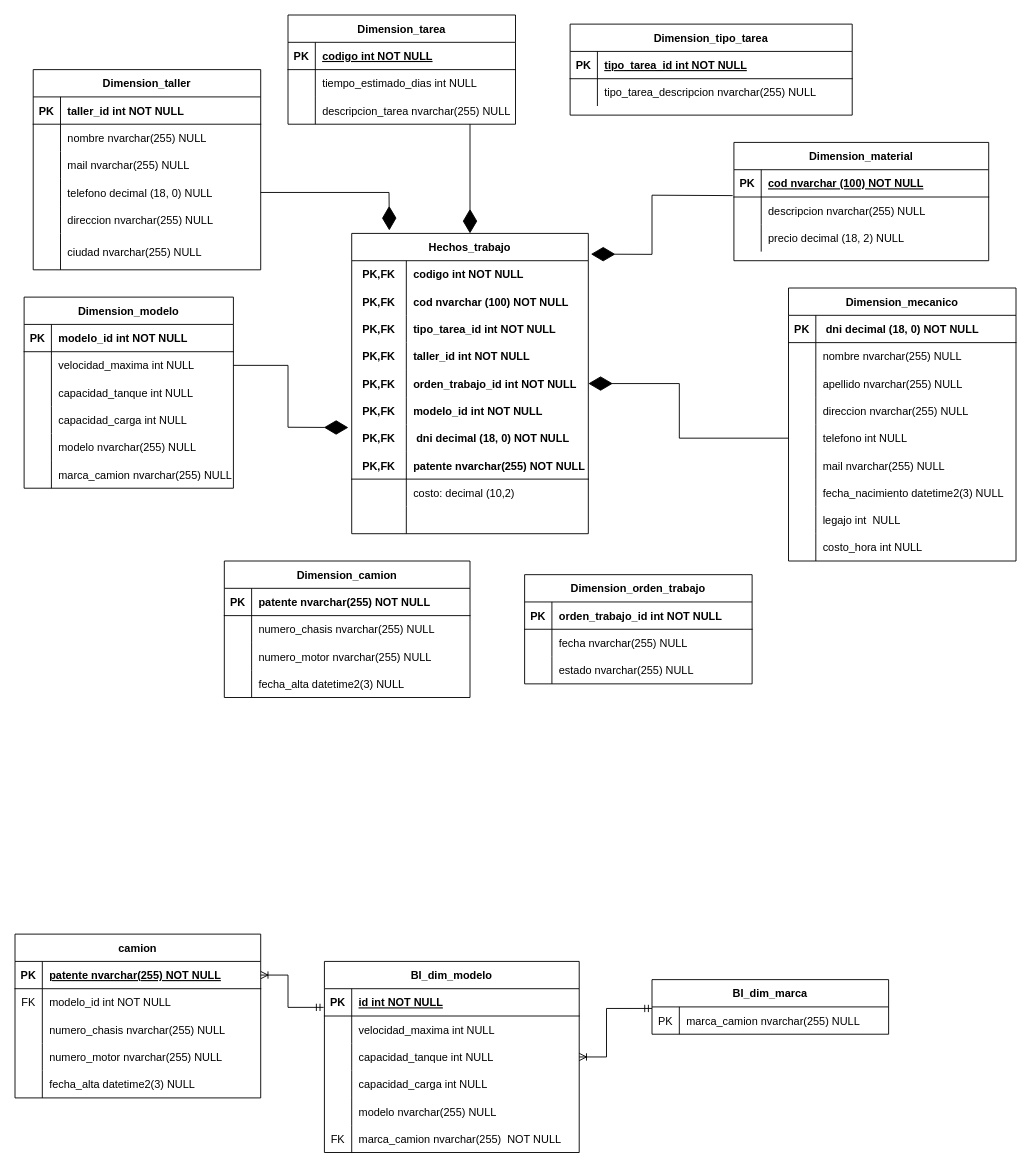
Earlier version of the draw.io diagram page "DER- BI" (4 of 4) of DER.drawio (Nan0t/GDD-2021-2C). Source tidied: cells renumbered, new cells numbered last; positions are measured from the earlier drawing's top-left corner, leaving out a move shared by most shapes. Both pictures are drawn from the tidied source at 91%, with x=0, y=0 at pixel (15, 15).
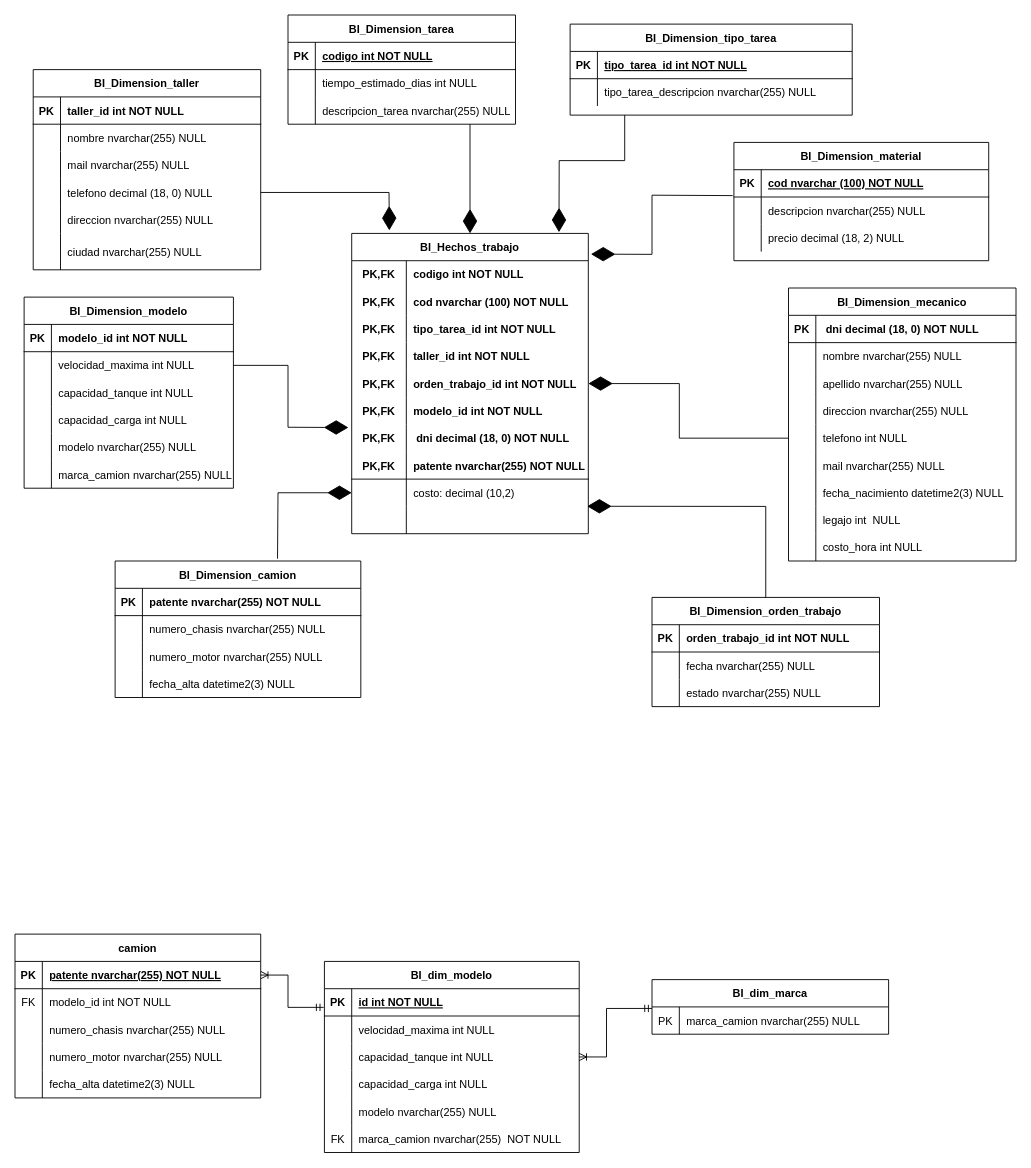
Above is the later version.

The change refers to these unchanged cells:
```xml
<mxCell id="78" style="shape=partialRectangle;fillColor=none;top=0;left=0;bottom=0;right=0;points=[[0,0.5],[1,0.5]];portConstraint=eastwest;" parent="53" vertex="1">
  <mxGeometry y="270" width="260" height="30" as="geometry" />
</mxCell>
<mxCell id="81" style="shape=partialRectangle;fillColor=none;top=0;left=0;bottom=0;right=0;points=[[0,0.5],[1,0.5]];portConstraint=eastwest;" parent="53" vertex="1">
  <mxGeometry y="300" width="260" height="30" as="geometry" />
</mxCell>
```

Change to the diagram source:
```diff
@@
-    <mxCell id="43" value="Dimension_orden_trabajo" style="shape=table;startSize=30;childLayout=tableLayout;rowLines=0;fontStyle=1;align=center;" parent="1" vertex="1">
-      <mxGeometry x="560" y="615" width="250" height="120" as="geometry" />
+    <mxCell id="43" value="BI_Dimension_orden_trabajo" style="shape=table;startSize=30;childLayout=tableLayout;rowLines=0;fontStyle=1;align=center;" parent="1" vertex="1">
+      <mxGeometry x="700" y="640" width="250" height="120" as="geometry" />
     </mxCell>
@@
-    <mxCell id="53" value="Hechos_trabajo" style="shape=table;startSize=30;childLayout=tableLayout;rowLines=0;fontStyle=1;align=center;" parent="1" vertex="1">
+    <mxCell id="53" value="BI_Hechos_trabajo" style="shape=table;startSize=30;childLayout=tableLayout;rowLines=0;fontStyle=1;align=center;" parent="1" vertex="1">
       <mxGeometry x="370" y="240" width="260" height="330" as="geometry" />
     </mxCell>
@@
-    <mxCell id="84" value="Dimension_camion" style="shape=table;startSize=30;childLayout=tableLayout;rowLines=0;fontStyle=1;align=center;" parent="1" vertex="1">
-      <mxGeometry x="230" y="600" width="270" height="150" as="geometry" />
+    <mxCell id="84" value="BI_Dimension_camion" style="shape=table;startSize=30;childLayout=tableLayout;rowLines=0;fontStyle=1;align=center;" parent="1" vertex="1">
+      <mxGeometry x="110" y="600" width="270" height="150" as="geometry" />
     </mxCell>
@@
-    <mxCell id="97" value="Dimension_modelo" style="shape=table;startSize=30;childLayout=tableLayout;rowLines=0;fontStyle=1;align=center;" parent="1" vertex="1">
+    <mxCell id="97" value="BI_Dimension_modelo" style="shape=table;startSize=30;childLayout=tableLayout;rowLines=0;fontStyle=1;align=center;" parent="1" vertex="1">
       <mxGeometry x="10" y="310" width="230" height="210" as="geometry" />
     </mxCell>
@@
-    <mxCell id="116" value="Dimension_mecanico" style="shape=table;startSize=30;childLayout=tableLayout;rowLines=0;fontStyle=1;align=center;" parent="1" vertex="1">
+    <mxCell id="116" value="BI_Dimension_mecanico" style="shape=table;startSize=30;childLayout=tableLayout;rowLines=0;fontStyle=1;align=center;" parent="1" vertex="1">
       <mxGeometry x="850" y="300" width="250" height="300" as="geometry" />
     </mxCell>
@@
-    <mxCell id="144" value="Dimension_taller" style="shape=table;startSize=30;childLayout=tableLayout;rowLines=0;fontStyle=1;align=center;" parent="1" vertex="1">
+    <mxCell id="144" value="BI_Dimension_taller" style="shape=table;startSize=30;childLayout=tableLayout;rowLines=0;fontStyle=1;align=center;" parent="1" vertex="1">
       <mxGeometry x="20" y="60" width="250" height="220" as="geometry" />
     </mxCell>
@@
-    <mxCell id="163" value="Dimension_tarea" style="shape=table;startSize=30;childLayout=tableLayout;rowLines=0;fontStyle=1;align=center;" parent="1" vertex="1">
+    <mxCell id="163" value="BI_Dimension_tarea" style="shape=table;startSize=30;childLayout=tableLayout;rowLines=0;fontStyle=1;align=center;" parent="1" vertex="1">
       <mxGeometry x="300" width="250" height="120" as="geometry" />
     </mxCell>
@@
-    <mxCell id="173" value="Dimension_tipo_tarea" style="shape=table;startSize=30;childLayout=tableLayout;rowLines=0;fontStyle=1;align=center;" parent="1" vertex="1">
+    <mxCell id="173" value="BI_Dimension_tipo_tarea" style="shape=table;startSize=30;childLayout=tableLayout;rowLines=0;fontStyle=1;align=center;" parent="1" vertex="1">
       <mxGeometry x="610" y="10" width="310" height="100" as="geometry" />
     </mxCell>
@@
-    <mxCell id="180" value="Dimension_material" style="shape=table;startSize=30;childLayout=tableLayout;rowLines=0;fontStyle=1;align=center;" parent="1" vertex="1">
+    <mxCell id="180" value="BI_Dimension_material" style="shape=table;startSize=30;childLayout=tableLayout;rowLines=0;fontStyle=1;align=center;" parent="1" vertex="1">
       <mxGeometry x="790" y="140" width="280" height="130" as="geometry" />
     </mxCell>
@@
+    <mxCell id="195" style="endArrow=diamondThin;endFill=1;endSize=24;html=1;rounded=0;entryX=0.995;entryY=-0.005;entryDx=0;entryDy=0;exitX=0.5;exitY=0;exitDx=0;exitDy=0;entryPerimeter=0;" parent="1" edge="1" source="43" target="81">
+      <mxGeometry relative="1" as="geometry">
+        <Array as="points">
+          <mxPoint x="825" y="540" />
+        </Array>
+      </mxGeometry>
+    </mxCell>
+    <mxCell id="196" style="endArrow=diamondThin;endFill=1;endSize=24;html=1;rounded=0;exitX=0.661;exitY=-0.017;exitDx=0;exitDy=0;entryX=0;entryY=0.5;entryDx=0;entryDy=0;exitPerimeter=0;" parent="1" edge="1" source="84" target="78">
+      <mxGeometry relative="1" as="geometry">
+        <Array as="points">
+          <mxPoint x="289" y="525" />
+        </Array>
+      </mxGeometry>
+    </mxCell>
+    <mxCell id="197" style="endArrow=diamondThin;endFill=1;endSize=24;html=1;rounded=0;entryX=0.876;entryY=-0.004;entryDx=0;entryDy=0;entryPerimeter=0;" parent="1" edge="1" target="53">
+      <mxGeometry relative="1" as="geometry">
+        <mxPoint x="670" y="110" as="sourcePoint" />
+        <Array as="points">
+          <mxPoint x="670" y="160" />
+          <mxPoint x="598" y="160" />
+        </Array>
+      </mxGeometry>
+    </mxCell>
```
